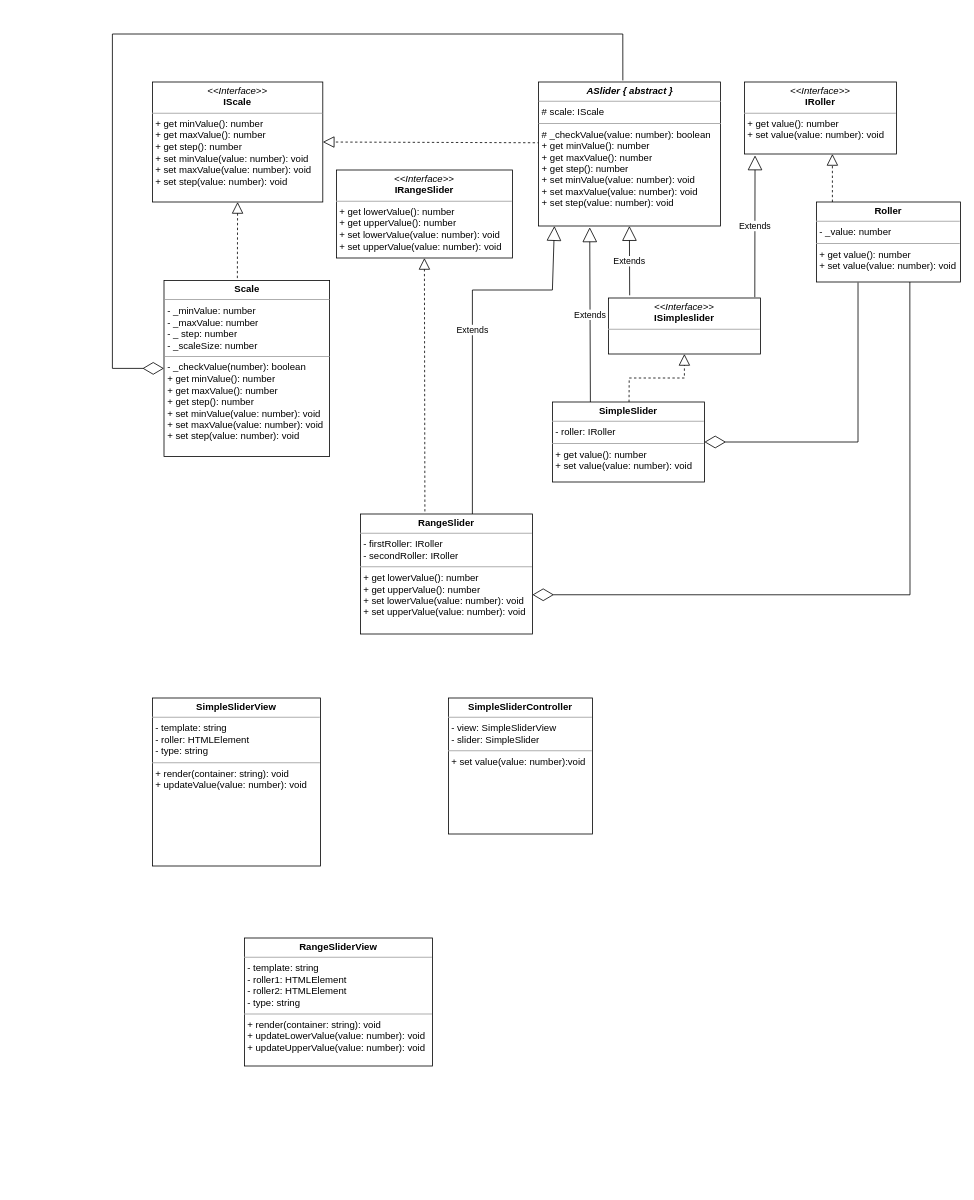
AlexandrDyomin/range-slider-plugin keeps this draw.io diagram as documentation/uml-diagram.variant 2.drawio. Above is the earlier version. Source tidied: cells renumbered, new cells numbered last; positions are measured from the earlier drawing's top-left corner, leaving out a move shared by most shapes. Both pictures are drawn from the tidied source at 80%, with x=0, y=0 at pixel (112, 34).
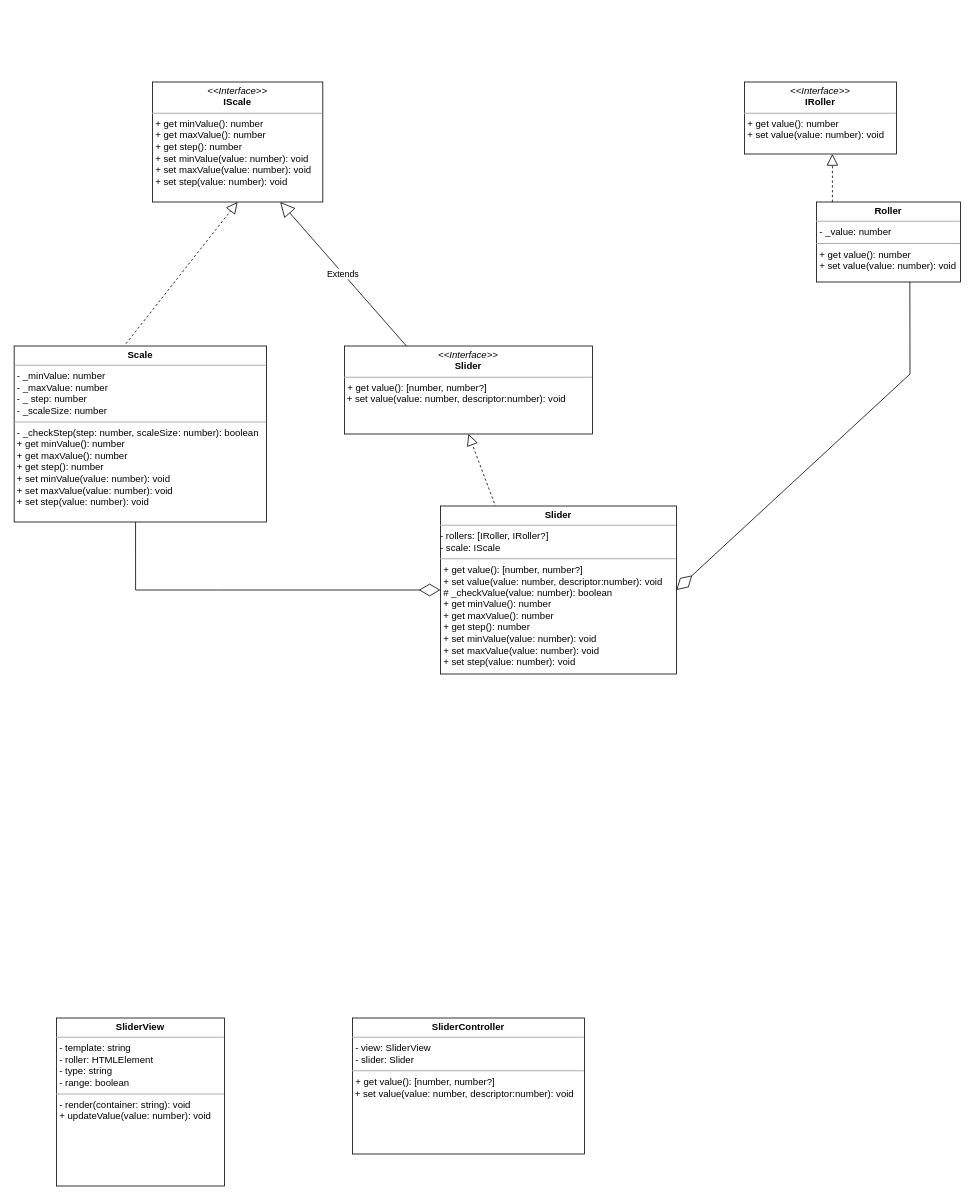
The same page after the edit.

Commit message:
Правка диаграммы

The change refers to these unchanged cells:
```xml
<mxCell id="2" value="&lt;p style=&quot;margin: 0px ; margin-top: 4px ; text-align: center&quot;&gt;&lt;i&gt;&amp;lt;&amp;lt;Interface&amp;gt;&amp;gt;&lt;/i&gt;&lt;br&gt;&lt;b&gt;IRoller&lt;/b&gt;&lt;/p&gt;&lt;hr size=&quot;1&quot;&gt;&lt;p style=&quot;margin: 0px ; margin-left: 4px&quot;&gt;&lt;span&gt;+ get value(): number&lt;/span&gt;&lt;br&gt;&lt;/p&gt;&lt;p style=&quot;margin: 0px 0px 0px 4px&quot;&gt;+ set value(value: number): void&lt;/p&gt;" style="verticalAlign=top;align=left;overflow=fill;fontSize=12;fontFamily=Helvetica;html=1;" parent="1" vertex="1">
  <mxGeometry x="790" y="60" width="190" height="90" as="geometry" />
</mxCell>
<mxCell id="3" value="&lt;p style=&quot;margin: 0px ; margin-top: 4px ; text-align: center&quot;&gt;&lt;i&gt;&amp;lt;&amp;lt;Interface&amp;gt;&amp;gt;&lt;/i&gt;&lt;br&gt;&lt;b&gt;IScale&lt;/b&gt;&lt;/p&gt;&lt;hr size=&quot;1&quot;&gt;&lt;p style=&quot;margin: 0px ; margin-left: 4px&quot;&gt;&lt;/p&gt;&lt;p style=&quot;margin: 0px ; margin-left: 4px&quot;&gt;+ get minValue(): number&lt;/p&gt;&lt;p style=&quot;margin: 0px ; margin-left: 4px&quot;&gt;+ get maxValue(): number&lt;br&gt;&lt;/p&gt;&lt;p style=&quot;margin: 0px ; margin-left: 4px&quot;&gt;+ get step(): number&lt;br&gt;&lt;/p&gt;&lt;p style=&quot;margin: 0px ; margin-left: 4px&quot;&gt;+ set minValue(value: number): void&lt;/p&gt;&lt;p style=&quot;margin: 0px ; margin-left: 4px&quot;&gt;+ set maxValue(value: number): void&lt;br&gt;&lt;/p&gt;&lt;p style=&quot;margin: 0px ; margin-left: 4px&quot;&gt;+ set step(value: number): void&lt;br&gt;&lt;/p&gt;" style="verticalAlign=top;align=left;overflow=fill;fontSize=12;fontFamily=Helvetica;html=1;" parent="1" vertex="1">
  <mxGeometry x="50" y="60" width="213" height="150" as="geometry" />
</mxCell>
<mxCell id="9" value="&lt;p style=&quot;margin: 0px ; margin-top: 4px ; text-align: center&quot;&gt;&lt;b&gt;Roller&lt;/b&gt;&lt;/p&gt;&lt;hr size=&quot;1&quot;&gt;&lt;p style=&quot;margin: 0px ; margin-left: 4px&quot;&gt;- _value: number&lt;/p&gt;&lt;hr size=&quot;1&quot;&gt;&lt;p style=&quot;margin: 0px ; margin-left: 4px&quot;&gt;+ get value(): number&lt;/p&gt;&lt;p style=&quot;margin: 0px ; margin-left: 4px&quot;&gt;+ set value(value: number): void&lt;/p&gt;" style="verticalAlign=top;align=left;overflow=fill;fontSize=12;fontFamily=Helvetica;html=1;" parent="1" vertex="1">
  <mxGeometry x="880" y="210" width="180" height="100" as="geometry" />
</mxCell>
```

Diff of the diagram source:
```diff
@@
-    <mxCell id="4" value="&lt;p style=&quot;margin: 0px ; margin-top: 4px ; text-align: center&quot;&gt;&lt;i&gt;&amp;lt;&amp;lt;Interface&amp;gt;&amp;gt;&lt;/i&gt;&lt;br&gt;&lt;b&gt;IRangeSlider&lt;/b&gt;&lt;/p&gt;&lt;hr size=&quot;1&quot;&gt;&lt;p style=&quot;margin: 0px ; margin-left: 4px&quot;&gt;+ get lowerValue(): number&lt;/p&gt;&lt;p style=&quot;margin: 0px ; margin-left: 4px&quot;&gt;+ get upperValue(): number&lt;br&gt;&lt;/p&gt;&lt;p style=&quot;margin: 0px ; margin-left: 4px&quot;&gt;+ set lowerValue(value: number): void&lt;/p&gt;&lt;p style=&quot;margin: 0px ; margin-left: 4px&quot;&gt;+ set upperValue(value: number): void&lt;br&gt;&lt;/p&gt;" style="verticalAlign=top;align=left;overflow=fill;fontSize=12;fontFamily=Helvetica;html=1;" parent="1" vertex="1">
-      <mxGeometry x="280" y="170" width="220" height="110" as="geometry" />
+    <mxCell id="4" value="&lt;p style=&quot;margin: 0px ; margin-top: 4px ; text-align: center&quot;&gt;&lt;i&gt;&amp;lt;&amp;lt;Interface&amp;gt;&amp;gt;&lt;/i&gt;&lt;br&gt;&lt;b&gt;Slider&lt;/b&gt;&lt;/p&gt;&lt;hr size=&quot;1&quot;&gt;&lt;p style=&quot;margin: 0px ; margin-left: 4px&quot;&gt;+ get value(): [number, number?]&lt;/p&gt;&amp;nbsp;+ set value(value: number, descriptor:number): void" style="verticalAlign=top;align=left;overflow=fill;fontSize=12;fontFamily=Helvetica;html=1;" parent="1" vertex="1">
+      <mxGeometry x="290" y="390" width="310" height="110" as="geometry" />
     </mxCell>
-    <mxCell id="5" style="endArrow=block;dashed=1;endFill=0;endSize=12;html=1;rounded=0;entryX=1;entryY=0.5;entryDx=0;entryDy=0;exitX=0.008;exitY=0.422;exitDx=0;exitDy=0;exitPerimeter=0;" parent="1" edge="1" source="16" target="3">
-      <mxGeometry relative="1" as="geometry" />
-    </mxCell>
-    <mxCell id="6" value="&lt;p style=&quot;margin: 0px ; margin-top: 4px ; text-align: center&quot;&gt;&lt;b&gt;RangeSlider&lt;/b&gt;&lt;/p&gt;&lt;hr size=&quot;1&quot;&gt;&lt;p style=&quot;margin: 0px ; margin-left: 4px&quot;&gt;- firstRoller: IRoller&lt;/p&gt;&lt;p style=&quot;margin: 0px ; margin-left: 4px&quot;&gt;- secondRoller: IRoller&lt;/p&gt;&lt;hr size=&quot;1&quot;&gt;&lt;p style=&quot;margin: 0px ; margin-left: 4px&quot;&gt;+ get lowerValue(): number&lt;/p&gt;&lt;p style=&quot;margin: 0px ; margin-left: 4px&quot;&gt;+ get upperValue(): number&lt;/p&gt;&lt;p style=&quot;margin: 0px ; margin-left: 4px&quot;&gt;+ set lowerValue(value: number): void&lt;/p&gt;&lt;p style=&quot;margin: 0px ; margin-left: 4px&quot;&gt;+ set upperValue(value: number): void&lt;/p&gt;" style="verticalAlign=top;align=left;overflow=fill;fontSize=12;fontFamily=Helvetica;html=1;" parent="1" vertex="1">
-      <mxGeometry x="310" y="600" width="215" height="150" as="geometry" />
-    </mxCell>
-    <mxCell id="7" style="endArrow=block;dashed=1;endFill=0;endSize=12;html=1;rounded=0;exitX=0.375;exitY=-0.021;exitDx=0;exitDy=0;entryX=0.5;entryY=1;entryDx=0;entryDy=0;exitPerimeter=0;" parent="1" edge="1" source="6" target="4">
+    <mxCell id="7" style="endArrow=block;dashed=1;endFill=0;endSize=12;html=1;rounded=0;exitX=0.5;exitY=1;exitDx=0;exitDy=0;entryX=0.5;entryY=1;entryDx=0;entryDy=0;" parent="1" edge="1" source="26" target="4">
       <mxGeometry relative="1" as="geometry" />
     </mxCell>
-    <mxCell id="8" value="Extends" style="endArrow=block;endSize=16;endFill=0;html=1;rounded=0;exitX=0.651;exitY=0;exitDx=0;exitDy=0;entryX=0.088;entryY=1;entryDx=0;entryDy=0;entryPerimeter=0;exitPerimeter=0;" parent="1" edge="1" source="6" target="16">
-      <mxGeometry relative="1" as="geometry">
-        <Array as="points">
-          <mxPoint x="450" y="320" />
-          <mxPoint x="550" y="320" />
-        </Array>
-      </mxGeometry>
-    </mxCell>
@@
-    <mxCell id="10" value="&lt;p style=&quot;margin: 0px ; margin-top: 4px ; text-align: center&quot;&gt;&lt;b&gt;Scale&lt;/b&gt;&lt;/p&gt;&lt;hr size=&quot;1&quot;&gt;&lt;p style=&quot;margin: 0px ; margin-left: 4px&quot;&gt;- _minValue: number&lt;/p&gt;&lt;p style=&quot;margin: 0px ; margin-left: 4px&quot;&gt;- _maxValue: number&lt;/p&gt;&lt;p style=&quot;margin: 0px ; margin-left: 4px&quot;&gt;- _ step: number&lt;/p&gt;&lt;p style=&quot;margin: 0px ; margin-left: 4px&quot;&gt;- _scaleSize: number&lt;/p&gt;&lt;hr size=&quot;1&quot;&gt;&lt;p style=&quot;margin: 0px 0px 0px 4px&quot;&gt;- _checkValue(number): boolean&lt;/p&gt;&lt;p style=&quot;margin: 0px 0px 0px 4px&quot;&gt;+ get minValue(): number&lt;/p&gt;&lt;p style=&quot;margin: 0px 0px 0px 4px&quot;&gt;+ get maxValue(): number&lt;br&gt;&lt;/p&gt;&lt;p style=&quot;margin: 0px 0px 0px 4px&quot;&gt;+ get step(): number&lt;br&gt;&lt;/p&gt;&lt;p style=&quot;margin: 0px 0px 0px 4px&quot;&gt;+ set minValue(value: number): void&lt;/p&gt;&lt;p style=&quot;margin: 0px 0px 0px 4px&quot;&gt;+ set maxValue(value: number): void&lt;br&gt;&lt;/p&gt;&lt;p style=&quot;margin: 0px 0px 0px 4px&quot;&gt;+ set step(value: number): void&lt;/p&gt;" style="verticalAlign=top;align=left;overflow=fill;fontSize=12;fontFamily=Helvetica;html=1;" parent="1" vertex="1">
-      <mxGeometry x="64.5" y="308" width="207" height="220" as="geometry" />
+    <mxCell id="10" value="&lt;p style=&quot;margin: 0px ; margin-top: 4px ; text-align: center&quot;&gt;&lt;b&gt;Scale&lt;/b&gt;&lt;/p&gt;&lt;hr size=&quot;1&quot;&gt;&lt;p style=&quot;margin: 0px ; margin-left: 4px&quot;&gt;- _minValue: number&lt;/p&gt;&lt;p style=&quot;margin: 0px ; margin-left: 4px&quot;&gt;- _maxValue: number&lt;/p&gt;&lt;p style=&quot;margin: 0px ; margin-left: 4px&quot;&gt;- _ step: number&lt;/p&gt;&lt;p style=&quot;margin: 0px ; margin-left: 4px&quot;&gt;- _scaleSize: number&lt;/p&gt;&lt;hr size=&quot;1&quot;&gt;&lt;p style=&quot;margin: 0px 0px 0px 4px&quot;&gt;- _checkStep(step: number, scaleSize: number): boolean&lt;/p&gt;&lt;p style=&quot;margin: 0px 0px 0px 4px&quot;&gt;+ get minValue(): number&lt;/p&gt;&lt;p style=&quot;margin: 0px 0px 0px 4px&quot;&gt;+ get maxValue(): number&lt;br&gt;&lt;/p&gt;&lt;p style=&quot;margin: 0px 0px 0px 4px&quot;&gt;+ get step(): number&lt;br&gt;&lt;/p&gt;&lt;p style=&quot;margin: 0px 0px 0px 4px&quot;&gt;+ set minValue(value: number): void&lt;/p&gt;&lt;p style=&quot;margin: 0px 0px 0px 4px&quot;&gt;+ set maxValue(value: number): void&lt;br&gt;&lt;/p&gt;&lt;p style=&quot;margin: 0px 0px 0px 4px&quot;&gt;+ set step(value: number): void&lt;/p&gt;" style="verticalAlign=top;align=left;overflow=fill;fontSize=12;fontFamily=Helvetica;html=1;" parent="1" vertex="1">
+      <mxGeometry x="-122.8" y="390" width="315.5" height="220" as="geometry" />
     </mxCell>
@@
-    <mxCell id="13" value="&lt;p style=&quot;margin: 0px ; margin-top: 4px ; text-align: center&quot;&gt;&lt;b&gt;SimpleSlider&lt;/b&gt;&lt;/p&gt;&lt;hr size=&quot;1&quot;&gt;&lt;p style=&quot;margin: 0px ; margin-left: 4px&quot;&gt;- roller: IRoller&lt;/p&gt;&lt;hr size=&quot;1&quot;&gt;&lt;p style=&quot;margin: 0px ; margin-left: 4px&quot;&gt;+ get value(): number&lt;/p&gt;&lt;p style=&quot;margin: 0px ; margin-left: 4px&quot;&gt;+ set value(value: number): void&lt;/p&gt;" style="verticalAlign=top;align=left;overflow=fill;fontSize=12;fontFamily=Helvetica;html=1;" parent="1" vertex="1">
-      <mxGeometry x="550" y="460" width="190" height="100" as="geometry" />
-    </mxCell>
-    <mxCell id="14" style="endArrow=diamondThin;endFill=0;endSize=24;html=1;rounded=0;entryX=1;entryY=0.673;entryDx=0;entryDy=0;entryPerimeter=0;exitX=0.649;exitY=1;exitDx=0;exitDy=0;exitPerimeter=0;" parent="1" edge="1" source="9" target="6">
+    <mxCell id="14" style="endArrow=diamondThin;endFill=0;endSize=24;html=1;rounded=0;entryX=1;entryY=0.5;entryDx=0;entryDy=0;exitX=0.649;exitY=1;exitDx=0;exitDy=0;exitPerimeter=0;" parent="1" edge="1" source="9" target="26">
       <mxGeometry relative="1" as="geometry">
         <Array as="points">
-          <mxPoint x="997" y="701" />
+          <mxPoint x="997" y="425" />
         </Array>
       </mxGeometry>
     </mxCell>
-    <mxCell id="15" style="endArrow=diamondThin;endFill=0;endSize=24;html=1;rounded=0;entryX=1;entryY=0.5;entryDx=0;entryDy=0;exitX=0.289;exitY=1.007;exitDx=0;exitDy=0;exitPerimeter=0;" parent="1" edge="1" source="9" target="13">
-      <mxGeometry relative="1" as="geometry">
-        <Array as="points">
-          <mxPoint x="932" y="510" />
-        </Array>
-      </mxGeometry>
-    </mxCell>
-    <mxCell id="16" value="&lt;p style=&quot;margin: 0px ; margin-top: 4px ; text-align: center&quot;&gt;&lt;b&gt;&lt;i&gt;ASlider { abstract }&lt;/i&gt;&lt;/b&gt;&lt;br&gt;&lt;/p&gt;&lt;hr size=&quot;1&quot;&gt;&lt;p style=&quot;margin: 0px ; margin-left: 4px&quot;&gt;# scale: IScale&lt;/p&gt;&lt;hr size=&quot;1&quot;&gt;&lt;p style=&quot;margin: 0px 0px 0px 4px&quot;&gt;# _checkValue(value: number): boolean&lt;/p&gt;&lt;p style=&quot;margin: 0px 0px 0px 4px&quot;&gt;+ get minValue(): number&lt;/p&gt;&lt;p style=&quot;margin: 0px 0px 0px 4px&quot;&gt;+ get maxValue(): number&lt;br&gt;&lt;/p&gt;&lt;p style=&quot;margin: 0px 0px 0px 4px&quot;&gt;+ get step(): number&lt;br&gt;&lt;/p&gt;&lt;p style=&quot;margin: 0px 0px 0px 4px&quot;&gt;+ set minValue(value: number): void&lt;/p&gt;&lt;p style=&quot;margin: 0px 0px 0px 4px&quot;&gt;+ set maxValue(value: number): void&lt;br&gt;&lt;/p&gt;&lt;p style=&quot;margin: 0px 0px 0px 4px&quot;&gt;+ set step(value: number): void&lt;/p&gt;" style="verticalAlign=top;align=left;overflow=fill;fontSize=12;fontFamily=Helvetica;html=1;" parent="1" vertex="1">
-      <mxGeometry x="532.5" y="60" width="227.5" height="180" as="geometry" />
-    </mxCell>
-    <mxCell id="17" style="endArrow=diamondThin;endFill=0;endSize=24;html=1;rounded=0;entryX=0;entryY=0.5;entryDx=0;entryDy=0;exitX=0.464;exitY=-0.011;exitDx=0;exitDy=0;exitPerimeter=0;" parent="1" edge="1" source="16" target="10">
+    <mxCell id="17" style="endArrow=diamondThin;endFill=0;endSize=24;html=1;rounded=0;entryX=0;entryY=0.5;entryDx=0;entryDy=0;exitX=0.481;exitY=1;exitDx=0;exitDy=0;exitPerimeter=0;" parent="1" edge="1" source="10" target="26">
       <mxGeometry relative="1" as="geometry">
         <Array as="points">
-          <mxPoint x="638" />
-          <mxPoint />
-          <mxPoint y="418" />
+          <mxPoint x="29" y="695" />
+          <mxPoint x="130" y="695" />
         </Array>
       </mxGeometry>
     </mxCell>
-    <mxCell id="18" value="&lt;p style=&quot;margin: 0px ; margin-top: 4px ; text-align: center&quot;&gt;&lt;b&gt;SimpleSliderView&lt;/b&gt;&lt;/p&gt;&lt;hr size=&quot;1&quot;&gt;&lt;p style=&quot;margin: 0px ; margin-left: 4px&quot;&gt;- template: string&lt;/p&gt;&lt;p style=&quot;margin: 0px 0px 0px 4px&quot;&gt;- roller: HTMLElement&lt;br&gt;&lt;/p&gt;&lt;p style=&quot;margin: 0px 0px 0px 4px&quot;&gt;- type: string&lt;/p&gt;&lt;hr size=&quot;1&quot;&gt;&lt;p style=&quot;margin: 0px ; margin-left: 4px&quot;&gt;+ render(container: string): void&lt;/p&gt;&lt;p style=&quot;margin: 0px ; margin-left: 4px&quot;&gt;+ updateValue(value: number): void&lt;/p&gt;" style="verticalAlign=top;align=left;overflow=fill;fontSize=12;fontFamily=Helvetica;html=1;" parent="1" vertex="1">
-      <mxGeometry x="50" y="830" width="210" height="210" as="geometry" />
+    <mxCell id="18" value="&lt;p style=&quot;margin: 0px ; margin-top: 4px ; text-align: center&quot;&gt;&lt;b&gt;SliderView&lt;/b&gt;&lt;/p&gt;&lt;hr size=&quot;1&quot;&gt;&lt;p style=&quot;margin: 0px ; margin-left: 4px&quot;&gt;- template: string&lt;/p&gt;&lt;p style=&quot;margin: 0px 0px 0px 4px&quot;&gt;- roller: HTMLElement&lt;br&gt;&lt;/p&gt;&lt;p style=&quot;margin: 0px 0px 0px 4px&quot;&gt;- type: string&lt;/p&gt;&lt;p style=&quot;margin: 0px 0px 0px 4px&quot;&gt;- range: boolean&lt;br&gt;&lt;/p&gt;&lt;hr size=&quot;1&quot;&gt;&lt;p style=&quot;margin: 0px ; margin-left: 4px&quot;&gt;- render(container: string): void&lt;/p&gt;&lt;p style=&quot;margin: 0px ; margin-left: 4px&quot;&gt;+ updateValue(value: number): void&lt;/p&gt;" style="verticalAlign=top;align=left;overflow=fill;fontSize=12;fontFamily=Helvetica;html=1;" parent="1" vertex="1">
+      <mxGeometry x="-70" y="1230" width="210" height="210" as="geometry" />
     </mxCell>
-    <mxCell id="19" value="&lt;p style=&quot;margin: 0px ; margin-top: 4px ; text-align: center&quot;&gt;&lt;b&gt;SimpleSliderController&lt;/b&gt;&lt;/p&gt;&lt;hr size=&quot;1&quot;&gt;&lt;p style=&quot;margin: 0px ; margin-left: 4px&quot;&gt;- view: SimpleSliderView&lt;/p&gt;&lt;p style=&quot;margin: 0px ; margin-left: 4px&quot;&gt;- slider: SimpleSlider&lt;/p&gt;&lt;hr size=&quot;1&quot;&gt;&lt;p style=&quot;margin: 0px ; margin-left: 4px&quot;&gt;+ set value(value: number):void&lt;/p&gt;" style="verticalAlign=top;align=left;overflow=fill;fontSize=12;fontFamily=Helvetica;html=1;" parent="1" vertex="1">
-      <mxGeometry x="420" y="830" width="180" height="170" as="geometry" />
+    <mxCell id="19" value="&lt;p style=&quot;margin: 0px ; margin-top: 4px ; text-align: center&quot;&gt;&lt;b&gt;SliderController&lt;/b&gt;&lt;/p&gt;&lt;hr size=&quot;1&quot;&gt;&lt;p style=&quot;margin: 0px ; margin-left: 4px&quot;&gt;- view: SliderView&lt;/p&gt;&lt;p style=&quot;margin: 0px ; margin-left: 4px&quot;&gt;- slider: Slider&lt;/p&gt;&lt;hr size=&quot;1&quot;&gt;&lt;p style=&quot;margin: 0px ; margin-left: 4px&quot;&gt;+ get value(): [number, number?]&lt;/p&gt;&amp;nbsp;+ set value(value: number, descriptor:number): void" style="verticalAlign=top;align=left;overflow=fill;fontSize=12;fontFamily=Helvetica;html=1;" parent="1" vertex="1">
+      <mxGeometry x="300" y="1230" width="290" height="170" as="geometry" />
     </mxCell>
-    <mxCell id="20" value="&lt;p style=&quot;margin: 0px ; margin-top: 4px ; text-align: center&quot;&gt;&lt;b&gt;RangeSliderView&lt;/b&gt;&lt;/p&gt;&lt;hr size=&quot;1&quot;&gt;&lt;p style=&quot;margin: 0px ; margin-left: 4px&quot;&gt;- template: string&lt;/p&gt;&lt;p style=&quot;margin: 0px 0px 0px 4px&quot;&gt;- roller1: HTMLElement&lt;br&gt;&lt;/p&gt;&lt;p style=&quot;margin: 0px 0px 0px 4px&quot;&gt;- roller2: HTMLElement&lt;br&gt;&lt;/p&gt;&lt;p style=&quot;margin: 0px 0px 0px 4px&quot;&gt;- type: string&lt;/p&gt;&lt;hr size=&quot;1&quot;&gt;&lt;p style=&quot;margin: 0px ; margin-left: 4px&quot;&gt;+ render(container: string): void&lt;/p&gt;&lt;p style=&quot;margin: 0px 0px 0px 4px&quot;&gt;+ updateLowerValue(value: number): void&lt;/p&gt;&lt;p style=&quot;margin: 0px 0px 0px 4px&quot;&gt;+ updateUpperValue(value: number): void&lt;/p&gt;" style="verticalAlign=top;align=left;overflow=fill;fontSize=12;fontFamily=Helvetica;html=1;" parent="1" vertex="1">
-      <mxGeometry x="165" y="1130" width="235" height="160" as="geometry" />
-    </mxCell>
-    <mxCell id="21" value="&lt;p style=&quot;margin: 0px ; margin-top: 4px ; text-align: center&quot;&gt;&lt;i&gt;&amp;lt;&amp;lt;Interface&amp;gt;&amp;gt;&lt;/i&gt;&lt;br&gt;&lt;b&gt;ISimpleslider&lt;/b&gt;&lt;/p&gt;&lt;hr size=&quot;1&quot;&gt;&lt;p style=&quot;margin: 0px ; margin-left: 4px&quot;&gt;&lt;br&gt;&lt;/p&gt;" style="verticalAlign=top;align=left;overflow=fill;fontSize=12;fontFamily=Helvetica;html=1;" parent="1" vertex="1">
-      <mxGeometry x="620" y="330" width="190" height="70" as="geometry" />
-    </mxCell>
-    <mxCell id="22" style="endArrow=block;dashed=1;endFill=0;endSize=12;html=1;rounded=0;exitX=0.444;exitY=0;exitDx=0;exitDy=0;exitPerimeter=0;entryX=0.5;entryY=1;entryDx=0;entryDy=0;" parent="1" edge="1" target="21">
-      <mxGeometry relative="1" as="geometry">
-        <mxPoint x="645.8" y="460" as="sourcePoint" />
-        <Array as="points">
-          <mxPoint x="646" y="430" />
-          <mxPoint x="715" y="430" />
-        </Array>
-      </mxGeometry>
-    </mxCell>
-    <mxCell id="23" value="Extends" style="endArrow=block;endSize=16;endFill=0;html=1;rounded=0;entryX=0.5;entryY=1;entryDx=0;entryDy=0;exitX=0.14;exitY=-0.048;exitDx=0;exitDy=0;exitPerimeter=0;" parent="1" edge="1" source="21" target="16">
-      <mxGeometry relative="1" as="geometry" />
-    </mxCell>
-    <mxCell id="24" value="Extends" style="endArrow=block;endSize=16;endFill=0;html=1;rounded=0;entryX=0.07;entryY=1.019;entryDx=0;entryDy=0;entryPerimeter=0;" parent="1" edge="1" target="2">
-      <mxGeometry relative="1" as="geometry">
-        <mxPoint x="803" y="329" as="sourcePoint" />
-      </mxGeometry>
-    </mxCell>
-    <mxCell id="25" value="Extends" style="endArrow=block;endSize=16;endFill=0;html=1;rounded=0;entryX=0.282;entryY=1.009;entryDx=0;entryDy=0;exitX=0.25;exitY=0;exitDx=0;exitDy=0;entryPerimeter=0;" parent="1" edge="1" source="13" target="16">
-      <mxGeometry relative="1" as="geometry" />
-    </mxCell>
+    <mxCell id="26" value="&lt;p style=&quot;margin: 0px ; margin-top: 4px ; text-align: center&quot;&gt;&lt;b&gt;Slider&lt;/b&gt;&lt;/p&gt;&lt;hr size=&quot;1&quot;&gt;&lt;div&gt;- rollers: [IRoller, IRoller?]&lt;/div&gt;&lt;div&gt;- scale: IScale&lt;/div&gt;&lt;hr size=&quot;1&quot;&gt;&lt;p style=&quot;margin: 0px ; margin-left: 4px&quot;&gt;+ get value(): [number, number?]&lt;/p&gt;&lt;p style=&quot;margin: 0px ; margin-left: 4px&quot;&gt;+ set value(value: number, descriptor:number): void&lt;/p&gt;&lt;p style=&quot;margin: 0px 0px 0px 4px&quot;&gt;# _checkValue(value: number): boolean&lt;/p&gt;&lt;p style=&quot;margin: 0px 0px 0px 4px&quot;&gt;+ get minValue(): number&lt;/p&gt;&lt;p style=&quot;margin: 0px 0px 0px 4px&quot;&gt;+ get maxValue(): number&lt;br&gt;&lt;/p&gt;&lt;p style=&quot;margin: 0px 0px 0px 4px&quot;&gt;+ get step(): number&lt;br&gt;&lt;/p&gt;&lt;p style=&quot;margin: 0px 0px 0px 4px&quot;&gt;+ set minValue(value: number): void&lt;/p&gt;&lt;p style=&quot;margin: 0px 0px 0px 4px&quot;&gt;+ set maxValue(value: number): void&lt;br&gt;&lt;/p&gt;&lt;p style=&quot;margin: 0px 0px 0px 4px&quot;&gt;+ set step(value: number): void&lt;/p&gt;" style="verticalAlign=top;align=left;overflow=fill;fontSize=12;fontFamily=Helvetica;html=1;" parent="1" vertex="1">
+      <mxGeometry x="410" y="590" width="295" height="210" as="geometry" />
+    </mxCell>
+    <mxCell id="27" value="Extends" style="endArrow=block;endSize=16;endFill=0;html=1;rounded=0;exitX=0.25;exitY=0;exitDx=0;exitDy=0;entryX=0.75;entryY=1;entryDx=0;entryDy=0;" parent="1" edge="1" source="4" target="3">
+      <mxGeometry relative="1" as="geometry" />
+    </mxCell>
```
